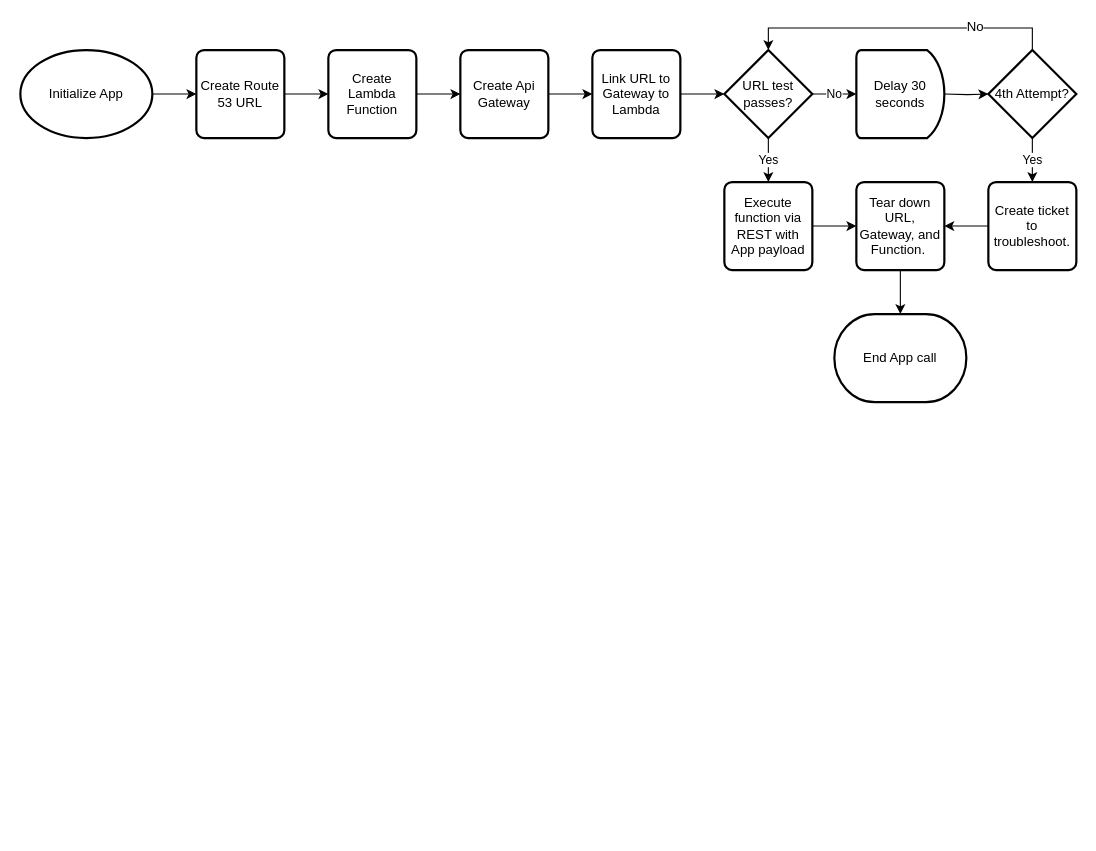
Above: Draw.io/Serverless App Flow.drawio in gmadro/vMadBro (draw.io), before the change. Source tidied: cells renumbered, new cells numbered last; positions are measured from the earlier drawing's top-left corner, leaving out a move shared by most shapes. Both pictures are drawn from the tidied source at 110%, with x=0, y=0 at pixel (20, 28).
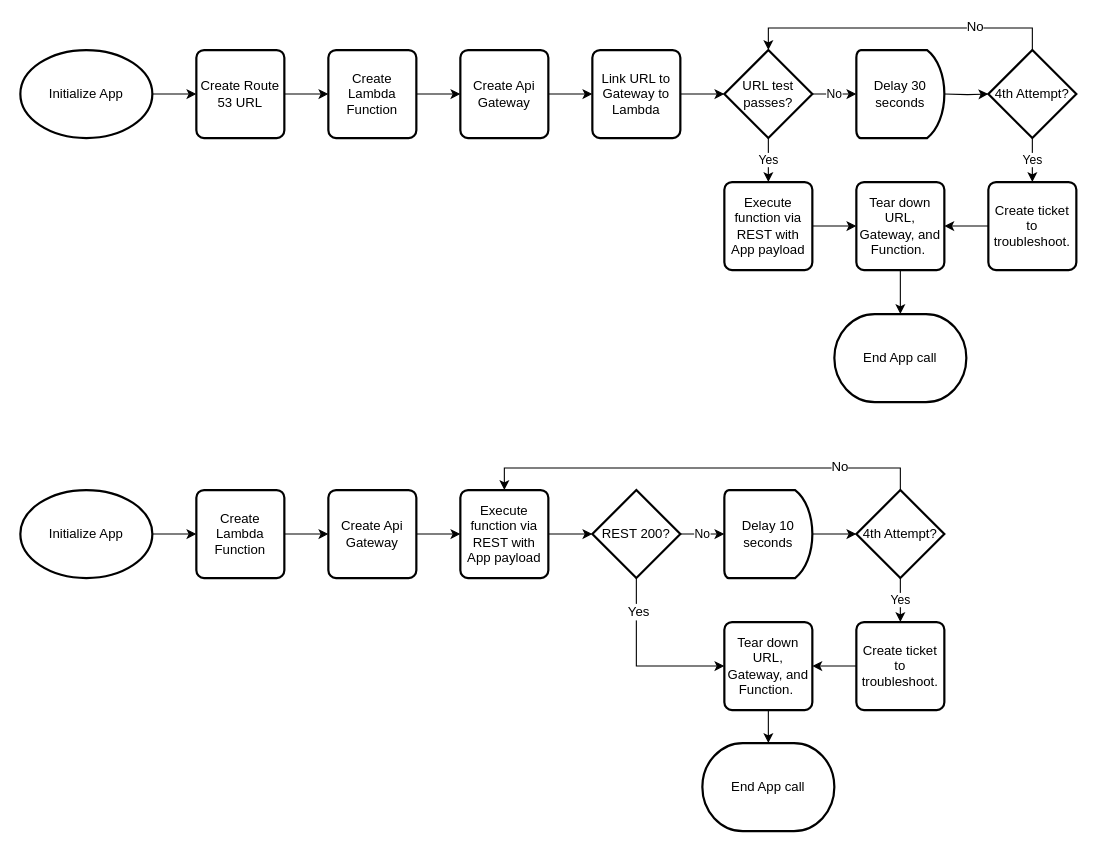
The same diagram, later.

Commit message:
Add without Route 53 Update

Diff of the diagram source:
```diff
@@
+    <mxCell id="28" style="edgeStyle=orthogonalEdgeStyle;rounded=0;jettySize=auto;html=1;" parent="1" edge="1" source="29" target="31">
+      <mxGeometry relative="1" as="geometry" />
+    </mxCell>
+    <mxCell id="29" value="Initialize App" style="strokeWidth=2;html=1;shape=mxgraph.flowchart.start_1;whiteSpace=wrap;" parent="1" vertex="1">
+      <mxGeometry y="420" width="120" height="80" as="geometry" />
+    </mxCell>
+    <mxCell id="30" style="edgeStyle=orthogonalEdgeStyle;rounded=0;jettySize=auto;html=1;" parent="1" edge="1" source="31" target="33">
+      <mxGeometry relative="1" as="geometry" />
+    </mxCell>
+    <mxCell id="31" value="Create Lambda Function" style="rounded=1;whiteSpace=wrap;html=1;absoluteArcSize=1;arcSize=14;strokeWidth=2;" parent="1" vertex="1">
+      <mxGeometry x="160" y="420" width="80" height="80" as="geometry" />
+    </mxCell>
+    <mxCell id="32" style="edgeStyle=orthogonalEdgeStyle;rounded=0;jettySize=auto;html=1;" parent="1" edge="1" source="33" target="35">
+      <mxGeometry relative="1" as="geometry" />
+    </mxCell>
+    <mxCell id="33" value="Create Api Gateway" style="rounded=1;whiteSpace=wrap;html=1;absoluteArcSize=1;arcSize=14;strokeWidth=2;" parent="1" vertex="1">
+      <mxGeometry x="280" y="420" width="80" height="80" as="geometry" />
+    </mxCell>
+    <mxCell id="34" style="edgeStyle=orthogonalEdgeStyle;rounded=0;jettySize=auto;html=1;" parent="1" edge="1" source="35" target="39">
+      <mxGeometry relative="1" as="geometry" />
+    </mxCell>
+    <mxCell id="35" value="Execute function via REST with App payload" style="rounded=1;whiteSpace=wrap;html=1;absoluteArcSize=1;arcSize=14;strokeWidth=2;" parent="1" vertex="1">
+      <mxGeometry x="400" y="420" width="80" height="80" as="geometry" />
+    </mxCell>
+    <mxCell id="36" value="No" style="edgeStyle=orthogonalEdgeStyle;rounded=0;jettySize=auto;html=1;" parent="1" edge="1" source="39" target="41">
+      <mxGeometry relative="1" as="geometry" />
+    </mxCell>
+    <mxCell id="37" style="edgeStyle=orthogonalEdgeStyle;rounded=0;jettySize=auto;html=1;entryX=0;entryY=0.5;entryDx=0;entryDy=0;" parent="1" edge="1" source="39" target="47">
+      <mxGeometry relative="1" as="geometry">
+        <Array as="points">
+          <mxPoint x="560" y="580" />
+        </Array>
+      </mxGeometry>
+    </mxCell>
+    <mxCell id="38" value="Yes" style="text;html=1;align=center;verticalAlign=middle;labelBackgroundColor=#ffffff;" parent="37" vertex="1">
+      <mxGeometry x="-0.62" y="1" relative="1" as="geometry" />
+    </mxCell>
+    <mxCell id="39" value="REST 200?" style="strokeWidth=2;html=1;shape=mxgraph.flowchart.decision;whiteSpace=wrap;" parent="1" vertex="1">
+      <mxGeometry x="520" y="420" width="80" height="80" as="geometry" />
+    </mxCell>
+    <mxCell id="40" style="edgeStyle=orthogonalEdgeStyle;rounded=0;jettySize=auto;html=1;" parent="1" edge="1" source="41" target="45">
+      <mxGeometry relative="1" as="geometry" />
+    </mxCell>
+    <mxCell id="41" value="Delay 10 seconds" style="strokeWidth=2;html=1;shape=mxgraph.flowchart.delay;whiteSpace=wrap;" parent="1" vertex="1">
+      <mxGeometry x="640" y="420" width="80" height="80" as="geometry" />
+    </mxCell>
+    <mxCell id="42" style="edgeStyle=orthogonalEdgeStyle;rounded=0;jettySize=auto;html=1;entryX=0.5;entryY=0;entryDx=0;entryDy=0;" parent="1" edge="1" source="45" target="35">
+      <mxGeometry relative="1" as="geometry">
+        <Array as="points">
+          <mxPoint x="800" y="400" />
+          <mxPoint x="440" y="400" />
+        </Array>
+      </mxGeometry>
+    </mxCell>
+    <mxCell id="43" value="No" style="text;html=1;align=center;verticalAlign=middle;labelBackgroundColor=#ffffff;" parent="42" vertex="1">
+      <mxGeometry x="-0.62" y="-2" relative="1" as="geometry" />
+    </mxCell>
+    <mxCell id="44" value="Yes" style="edgeStyle=orthogonalEdgeStyle;rounded=0;jettySize=auto;html=1;" parent="1" edge="1" source="45" target="50">
+      <mxGeometry relative="1" as="geometry" />
+    </mxCell>
+    <mxCell id="45" value="4th Attempt?" style="strokeWidth=2;html=1;shape=mxgraph.flowchart.decision;whiteSpace=wrap;" parent="1" vertex="1">
+      <mxGeometry x="760" y="420" width="80" height="80" as="geometry" />
+    </mxCell>
+    <mxCell id="46" style="edgeStyle=orthogonalEdgeStyle;rounded=0;jettySize=auto;html=1;" parent="1" edge="1" source="47" target="48">
+      <mxGeometry relative="1" as="geometry" />
+    </mxCell>
+    <mxCell id="47" value="Tear down URL, Gateway, and Function.&amp;nbsp;" style="rounded=1;whiteSpace=wrap;html=1;absoluteArcSize=1;arcSize=14;strokeWidth=2;" parent="1" vertex="1">
+      <mxGeometry x="640" y="540" width="80" height="80" as="geometry" />
+    </mxCell>
+    <mxCell id="48" value="End App call" style="strokeWidth=2;html=1;shape=mxgraph.flowchart.terminator;whiteSpace=wrap;" parent="1" vertex="1">
+      <mxGeometry x="620" y="650" width="120" height="80" as="geometry" />
+    </mxCell>
+    <mxCell id="49" style="edgeStyle=orthogonalEdgeStyle;rounded=0;jettySize=auto;html=1;" parent="1" edge="1" source="50" target="47">
+      <mxGeometry relative="1" as="geometry" />
+    </mxCell>
+    <mxCell id="50" value="Create ticket to troubleshoot." style="rounded=1;whiteSpace=wrap;html=1;absoluteArcSize=1;arcSize=14;strokeWidth=2;" parent="1" vertex="1">
+      <mxGeometry x="760" y="540" width="80" height="80" as="geometry" />
+    </mxCell>
```
